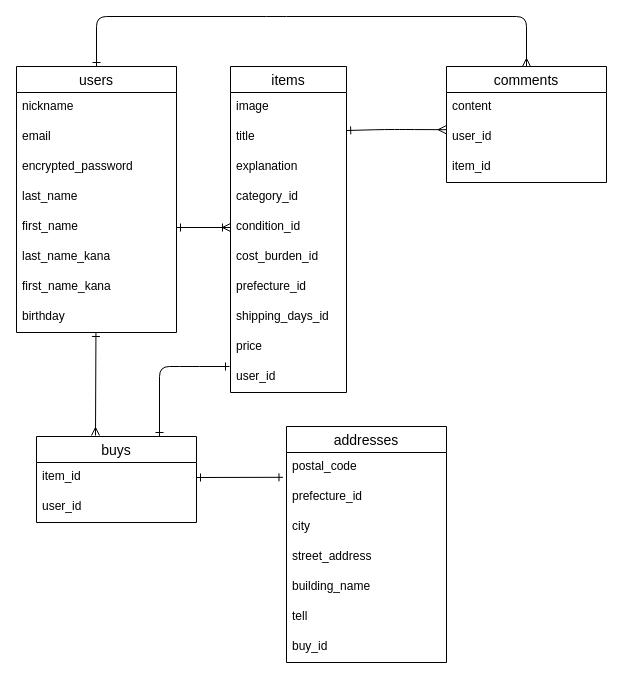
This is furima-3987.dio from 21shige/furima-39837, a draw.io file, before an edit. Source tidied: cells renumbered, new cells numbered last; positions are measured from the earlier drawing's top-left corner, leaving out a move shared by most shapes. Both pictures are drawn from the tidied source at 100%, with x=0, y=0 at pixel (16, 16).
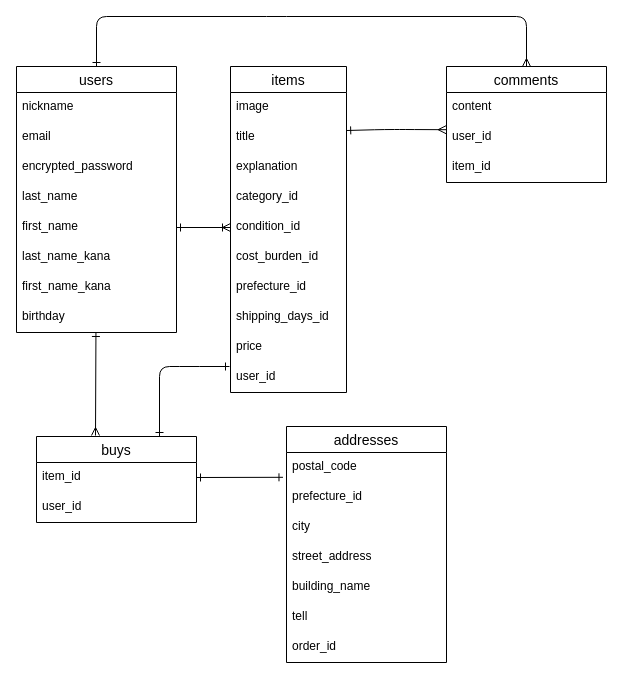
The same diagram, later.

Unchanged cells that the change refers to:
```xml
<mxCell id="33" value="addresses" style="swimlane;fontStyle=0;horizontal=1;startSize=26;align=center;fontSize=14;" parent="1" vertex="1">
  <mxGeometry x="270" y="410" width="160" height="236" as="geometry" />
</mxCell>
```

What changed in the source:
```diff
@@
-    <mxCell id="40" value="buy_id" style="text;strokeColor=none;fillColor=none;spacingLeft=4;spacingRight=4;overflow=hidden;fontSize=12;" parent="33" vertex="1">
+    <mxCell id="40" value="order_id" style="text;strokeColor=none;fillColor=none;spacingLeft=4;spacingRight=4;overflow=hidden;fontSize=12;" parent="33" vertex="1">
       <mxGeometry y="206" width="160" height="30" as="geometry" />
     </mxCell>
```
